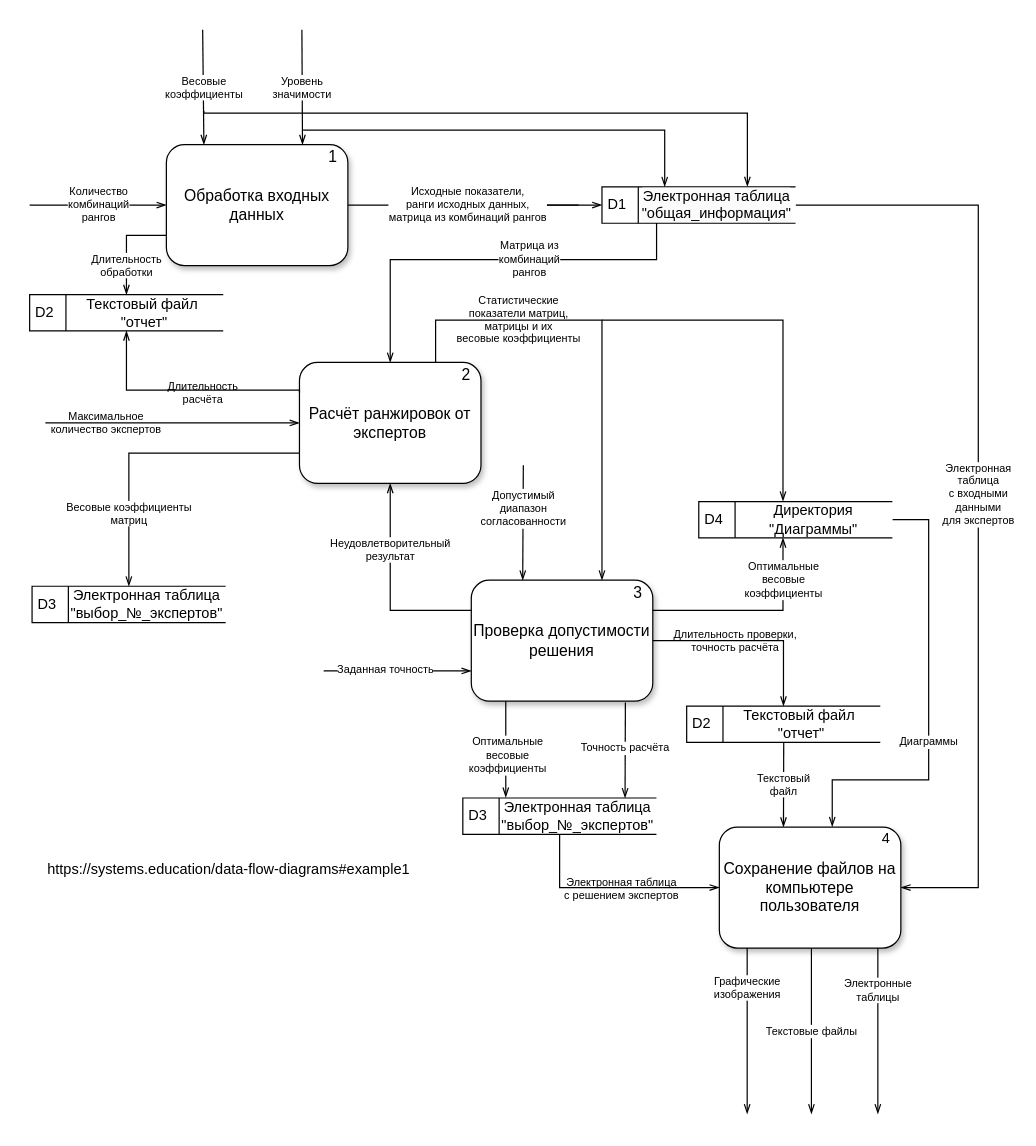
Dimj1k/Works keeps this draw.io diagram as page "Страница — 4" (2 of 4) of draw_io/ddf prog.drawio. Above is the earlier version. Source tidied: cells renumbered, new cells numbered last; positions are measured from the earlier drawing's top-left corner, leaving out a move shared by most shapes. Both pictures are drawn from the tidied source at 121%, with x=0, y=0 at pixel (29, 29).
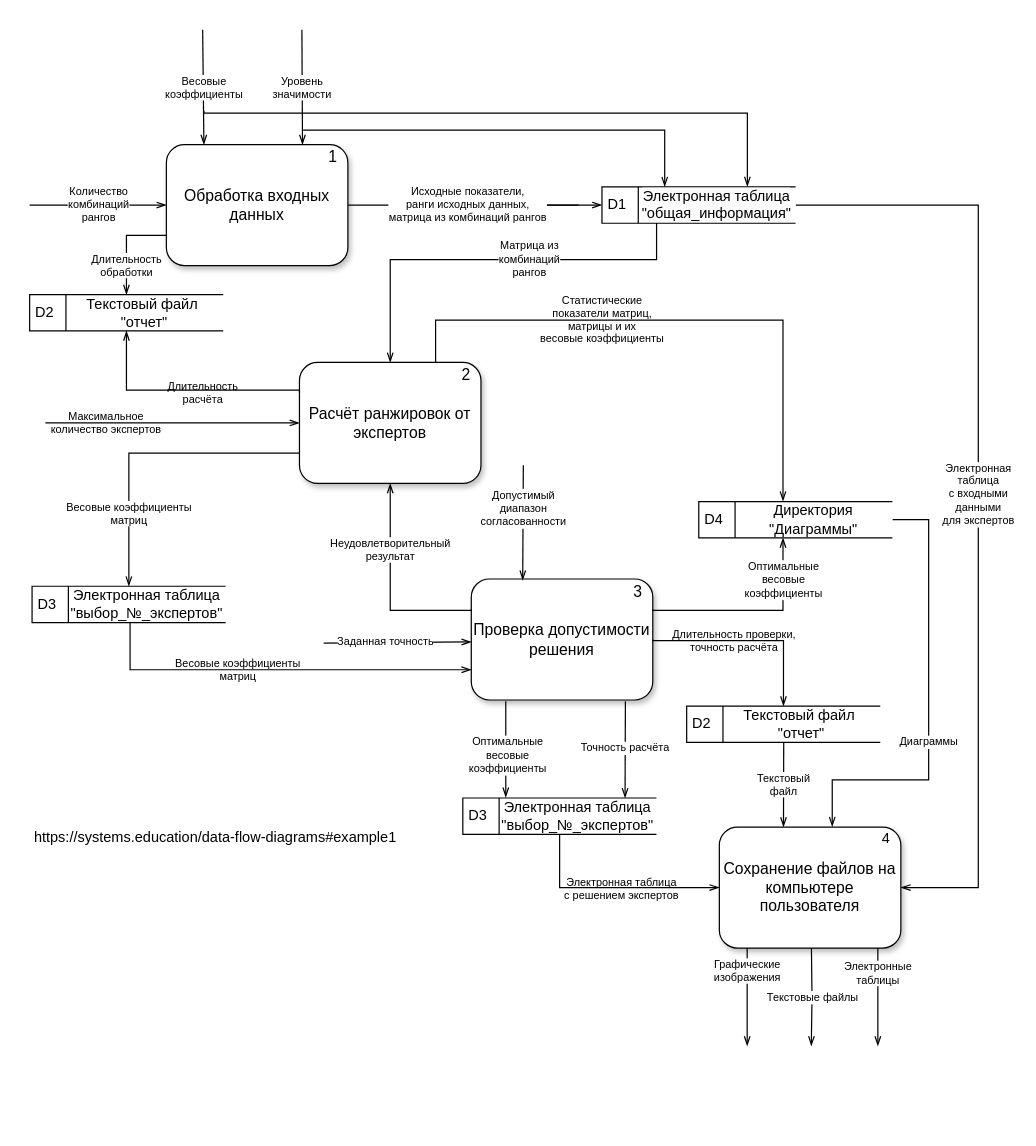
Above is the later version.

The change refers to these unchanged cells:
```xml
<mxCell id="11" value="Расчёт ранжировок от экспертов" style="html=1;dashed=0;whiteSpace=wrap;border-radius=5px;rounded=1;shadow=1;glass=0;fontSize=13;" parent="10" vertex="1">
  <mxGeometry y="5" width="150" height="100" as="geometry" />
</mxCell>
<mxCell id="20" value="Проверка допустимости решения" style="html=1;dashed=0;whiteSpace=wrap;border-radius=5px;rounded=1;shadow=1;perimeterSpacing=0;strokeWidth=1;fontSize=13;" parent="19" vertex="1">
  <mxGeometry y="5" width="150" height="100" as="geometry" />
</mxCell>
<mxCell id="31" value="&lt;font style=&quot;font-size: 12px;&quot;&gt;D4&lt;/font&gt;" style="html=1;dashed=0;whiteSpace=wrap;shape=mxgraph.dfd.dataStoreID;align=left;spacingLeft=3;points=[[0,0],[0.5,0],[1,0],[0,0.5],[1,0.5],[0,1],[0.5,1],[1,1]];fontSize=12;" parent="1" vertex="1">
  <mxGeometry x="553" y="390" width="160" height="30" as="geometry" />
</mxCell>
<mxCell id="51" value="&lt;font style=&quot;font-size: 12px;&quot;&gt;D3&lt;/font&gt;" style="html=1;dashed=0;whiteSpace=wrap;shape=mxgraph.dfd.dataStoreID;align=left;spacingLeft=3;points=[[0,0],[0.5,0],[1,0],[0,0.5],[1,0.5],[0,1],[0.5,1],[1,1]];fontSize=12;" parent="1" vertex="1">
  <mxGeometry x="2" y="460" width="160" height="30" as="geometry" />
</mxCell>
```

Change to the diagram source:
```diff
@@
     <mxCell id="19" style="group;fontSize=9;shadow=1;" parent="1" vertex="1">
-      <mxGeometry x="365" y="450" width="153" height="105" as="geometry" />
+      <mxGeometry x="365" y="449" width="153" height="105" as="geometry" />
     </mxCell>
@@
-    <mxCell id="22" value="Статистические&lt;br style=&quot;font-size: 9px;&quot;&gt;показатели матриц,&lt;br style=&quot;font-size: 9px;&quot;&gt;матрицы и их&lt;br style=&quot;font-size: 9px;&quot;&gt;весовые коэффициенты" style="endArrow=openThin;html=1;rounded=0;endFill=0;exitX=0.75;exitY=0;exitDx=0;exitDy=0;edgeStyle=orthogonalEdgeStyle;fontSize=9;labelBackgroundColor=none;" parent="1" edge="1" source="11">
-      <mxGeometry x="-0.47" relative="1" as="geometry">
-        <mxPoint x="473" y="455" as="targetPoint" />
-        <Array as="points">
-          <mxPoint x="335" y="240" />
-          <mxPoint x="473" y="240" />
-        </Array>
-      </mxGeometry>
-    </mxCell>
@@
-    <mxCell id="33" style="endArrow=openThin;html=1;rounded=0;endFill=0;fontSize=9;edgeStyle=elbowEdgeStyle;elbow=vertical;entryX=0.435;entryY=-0.011;entryDx=0;entryDy=0;entryPerimeter=0;" parent="1" edge="1" target="31">
-      <mxGeometry relative="1" as="geometry">
-        <mxPoint x="473" y="240" as="sourcePoint" />
+    <mxCell id="33" value="Статистические&lt;br style=&quot;border-color: var(--border-color);&quot;&gt;&lt;span style=&quot;&quot;&gt;показатели матриц,&lt;/span&gt;&lt;br style=&quot;border-color: var(--border-color);&quot;&gt;&lt;span style=&quot;&quot;&gt;матрицы и их&lt;/span&gt;&lt;br style=&quot;border-color: var(--border-color);&quot;&gt;&lt;span style=&quot;&quot;&gt;весовые коэффициенты&lt;/span&gt;" style="endArrow=openThin;html=1;rounded=0;endFill=0;fontSize=9;edgeStyle=elbowEdgeStyle;elbow=vertical;entryX=0.435;entryY=-0.011;entryDx=0;entryDy=0;entryPerimeter=0;exitX=0.75;exitY=0;exitDx=0;exitDy=0;labelBackgroundColor=none;" parent="1" edge="1" source="11" target="31">
+      <mxGeometry x="-0.27" relative="1" as="geometry">
         <Array as="points">
           <mxPoint x="563" y="240" />
         </Array>
       </mxGeometry>
     </mxCell>
@@
-    <mxCell id="36" value="Заданная точность" style="rounded=1;jettySize=auto;html=1;entryX=0;entryY=0.75;entryDx=0;entryDy=0;endArrow=openThin;endFill=0;fontSize=9;" parent="1" edge="1" target="20">
+    <mxCell id="36" value="Заданная точность" style="rounded=1;orthogonalLoop=1;jettySize=auto;html=1;entryX=0;entryY=0.75;entryDx=0;entryDy=0;endArrow=openThin;endFill=0;fontSize=9;" parent="1" edge="1">
       <mxGeometry x="-0.16" y="1" relative="1" as="geometry">
-        <mxPoint x="243" y="530" as="sourcePoint" />
+        <mxPoint x="243" y="507" as="sourcePoint" />
+        <mxPoint x="365" y="506" as="targetPoint" />
       </mxGeometry>
     </mxCell>
@@
     <mxCell id="41" value="Графические&lt;br style=&quot;border-color: var(--border-color); font-size: 9px;&quot;&gt;изображения" style="edgeStyle=orthogonalEdgeStyle;rounded=0;orthogonalLoop=1;jettySize=auto;html=1;endArrow=openThin;endFill=0;fontSize=9;" parent="1" edge="1">
       <mxGeometry x="-0.52" relative="1" as="geometry">
         <mxPoint x="593" y="759" as="sourcePoint" />
-        <mxPoint x="593" y="896.1" as="targetPoint" />
+        <mxPoint x="593" y="840" as="targetPoint" />
       </mxGeometry>
     </mxCell>
     <mxCell id="42" value="Текстовые файлы" style="edgeStyle=orthogonalEdgeStyle;rounded=0;orthogonalLoop=1;jettySize=auto;html=1;endArrow=openThin;endFill=0;fontSize=9;" parent="1" edge="1">
       <mxGeometry relative="1" as="geometry">
         <mxPoint x="646.1" y="759" as="sourcePoint" />
-        <mxPoint x="646.1" y="896.1" as="targetPoint" />
+        <mxPoint x="646" y="840" as="targetPoint" />
       </mxGeometry>
     </mxCell>
     <mxCell id="43" value="&lt;font style=&quot;font-size: 9px;&quot;&gt;Электронные&lt;br style=&quot;border-color: var(--border-color); font-size: 9px;&quot;&gt;таблицы&lt;/font&gt;" style="edgeStyle=orthogonalEdgeStyle;rounded=0;orthogonalLoop=1;jettySize=auto;html=1;endArrow=openThin;endFill=0;fontSize=9;" parent="1" edge="1">
       <mxGeometry x="-0.49" relative="1" as="geometry">
         <mxPoint x="701" y="759" as="sourcePoint" />
-        <mxPoint x="701" y="896.1" as="targetPoint" />
+        <mxPoint x="701" y="840" as="targetPoint" />
       </mxGeometry>
     </mxCell>
@@
+    <mxCell id="55" value="Весовые коэффициенты&lt;br style=&quot;border-color: var(--border-color); font-size: 9px;&quot;&gt;&lt;span style=&quot;font-size: 9px;&quot;&gt;матриц&lt;/span&gt;" style="edgeStyle=elbowEdgeStyle;rounded=0;jettySize=auto;html=1;entryX=0;entryY=0.75;entryDx=0;entryDy=0;fontSize=9;labelBackgroundColor=none;endArrow=classicThin;endFill=1;endArrow=openThin;" parent="1" edge="1" source="51" target="20">
+      <mxGeometry x="-0.2" relative="1" as="geometry">
+        <Array as="points">
+          <mxPoint x="83" y="510" />
+        </Array>
+      </mxGeometry>
+    </mxCell>
@@
     <mxCell id="54" value="https://systems.education/data-flow-diagrams#example1" style="text;whiteSpace=wrap;" parent="1" vertex="1">
-      <mxGeometry x="13" y="680" width="330" height="40" as="geometry" />
+      <mxGeometry x="2" y="654" width="330" height="40" as="geometry" />
     </mxCell>
```
